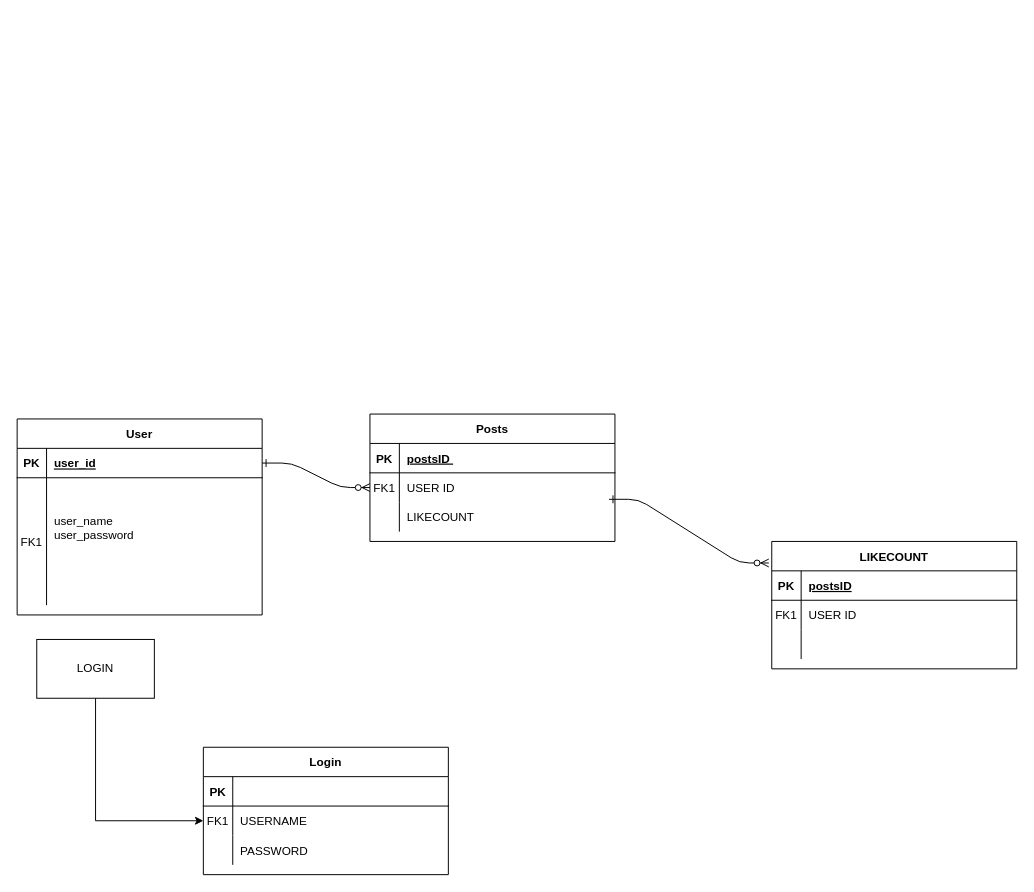
Before: whalenproj.drawio in staten-island-tech/supabase-kukud-syot, a draw.io diagram. Source tidied: cells renumbered, new cells numbered last; positions are measured from the earlier drawing's top-left corner, leaving out a move shared by most shapes. Both pictures are drawn from the tidied source at 98%, with x=0, y=0 at pixel (17, 414).
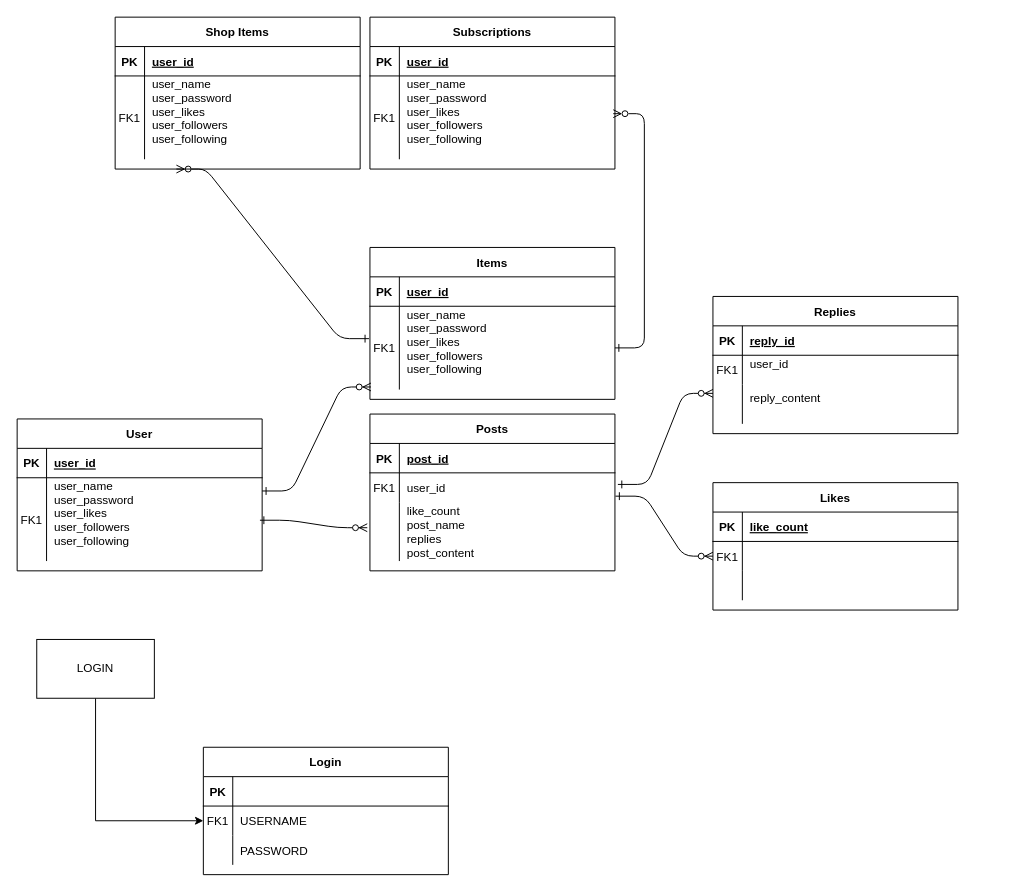
The same page after the edit.

Unchanged cells that the change refers to:
```xml
<mxCell id="5" style="shape=partialRectangle;fillColor=none;top=0;left=0;right=0;bottom=1;" parent="4" vertex="1">
  <mxGeometry y="30" width="250" height="30" as="geometry" />
</mxCell>
<mxCell id="8" style="shape=partialRectangle;fillColor=none;points=[[0,0.5],[1,0.5]];portConstraint=eastwest;top=0;left=0;right=0;bottom=0;" parent="4" vertex="1">
  <mxGeometry y="60" width="250" height="30" as="geometry" />
</mxCell>
<mxCell id="15" style="shape=partialRectangle;fillColor=none;top=0;left=0;right=0;bottom=1;" parent="14" vertex="1">
  <mxGeometry y="30" width="250" height="30" as="geometry" />
</mxCell>
<mxCell id="18" style="shape=partialRectangle;fillColor=none;points=[[0,0.5],[1,0.5]];portConstraint=eastwest;top=0;left=0;right=0;bottom=0;" parent="14" vertex="1">
  <mxGeometry y="60" width="250" height="30" as="geometry" />
</mxCell>
<mxCell id="25" style="shape=partialRectangle;fillColor=none;points=[[0,0.5],[1,0.5]];portConstraint=eastwest;top=0;left=0;right=0;bottom=1;" parent="24" vertex="1">
  <mxGeometry y="30" width="250" height="30" as="geometry" />
</mxCell>
```

Change to the diagram source:
```diff
@@
-    <mxCell id="2" style="edgeStyle=entityRelationEdgeStyle;endArrow=ERzeroToMany;startArrow=ERone;endFill=1;startFill=0;" parent="1" edge="1" source="25" target="8">
+    <mxCell id="2" style="edgeStyle=entityRelationEdgeStyle;endArrow=ERzeroToMany;startArrow=ERone;endFill=1;startFill=0;exitX=0.991;exitY=0.51;exitDx=0;exitDy=0;exitPerimeter=0;entryX=-0.011;entryY=0.433;entryDx=0;entryDy=0;entryPerimeter=0;" parent="1" edge="1" source="28" target="11">
       <mxGeometry relative="1" as="geometry" />
     </mxCell>
-    <mxCell id="3" style="edgeStyle=entityRelationEdgeStyle;endArrow=ERzeroToMany;startArrow=ERone;endFill=1;startFill=0;entryX=-0.012;entryY=0.169;entryDx=0;entryDy=0;entryPerimeter=0;exitX=0.976;exitY=-0.1;exitDx=0;exitDy=0;exitPerimeter=0;" parent="1" edge="1" source="11" target="14">
+    <mxCell id="3" style="edgeStyle=entityRelationEdgeStyle;endArrow=ERzeroToMany;startArrow=ERone;endFill=1;startFill=0;entryX=0;entryY=0.5;entryDx=0;entryDy=0;exitX=1.002;exitY=0.793;exitDx=0;exitDy=0;exitPerimeter=0;" parent="1" edge="1" source="8" target="18">
       <mxGeometry relative="1" as="geometry" />
     </mxCell>
     <mxCell id="4" value="Posts" style="shape=table;startSize=30;childLayout=tableLayout;rowLines=0;fontStyle=1;align=center;" parent="1" vertex="1">
-      <mxGeometry x="360" width="250" height="130" as="geometry" />
+      <mxGeometry x="360" width="250" height="160" as="geometry" />
     </mxCell>
@@
-    <mxCell id="7" value="postsID " style="shape=partialRectangle;overflow=hidden;fillColor=none;top=0;left=0;bottom=0;right=0;align=left;spacingLeft=6;fontStyle=5;" parent="5" vertex="1">
+    <mxCell id="7" value="post_id" style="shape=partialRectangle;overflow=hidden;fillColor=none;top=0;left=0;bottom=0;right=0;align=left;spacingLeft=6;fontStyle=5;" parent="5" vertex="1">
       <mxGeometry x="30" width="220" height="30" as="geometry" />
     </mxCell>
@@
-    <mxCell id="10" value="USER ID" style="shape=partialRectangle;overflow=hidden;fillColor=none;top=0;left=0;bottom=0;right=0;align=left;spacingLeft=6;" parent="8" vertex="1">
+    <mxCell id="10" value="user_id" style="shape=partialRectangle;overflow=hidden;fillColor=none;top=0;left=0;bottom=0;right=0;align=left;spacingLeft=6;" parent="8" vertex="1">
       <mxGeometry x="30" width="220" height="30" as="geometry" />
     </mxCell>
     <mxCell id="11" style="shape=partialRectangle;fillColor=none;points=[[0,0.5],[1,0.5]];portConstraint=eastwest;top=0;left=0;right=0;bottom=0;" parent="4" vertex="1">
-      <mxGeometry y="90" width="250" height="30" as="geometry" />
+      <mxGeometry y="90" width="250" height="60" as="geometry" />
     </mxCell>
     <mxCell id="12" style="shape=partialRectangle;overflow=hidden;fillColor=none;top=0;left=0;bottom=0;right=0;" parent="11" vertex="1">
-      <mxGeometry width="30" height="30" as="geometry" />
+      <mxGeometry width="30" height="60" as="geometry" />
     </mxCell>
-    <mxCell id="13" value="LIKECOUNT" style="shape=partialRectangle;overflow=hidden;fillColor=none;top=0;left=0;bottom=0;right=0;align=left;spacingLeft=6;" parent="11" vertex="1">
-      <mxGeometry x="30" width="220" height="30" as="geometry" />
+    <mxCell id="13" value="like_count&#10;post_name&#10;replies&#10;post_content" style="shape=partialRectangle;overflow=hidden;fillColor=none;top=0;left=0;bottom=0;right=0;align=left;spacingLeft=6;" parent="11" vertex="1">
+      <mxGeometry x="30" width="220" height="60" as="geometry" />
     </mxCell>
-    <mxCell id="14" value="LIKECOUNT" style="shape=table;startSize=30;childLayout=tableLayout;rowLines=0;fontStyle=1;align=center;" parent="1" vertex="1">
-      <mxGeometry x="770" y="130" width="250" height="130" as="geometry" />
+    <mxCell id="14" value="Likes" style="shape=table;startSize=30;childLayout=tableLayout;rowLines=0;fontStyle=1;align=center;" parent="1" vertex="1">
+      <mxGeometry x="710" y="70" width="250" height="130" as="geometry" />
     </mxCell>
@@
-    <mxCell id="17" value="postsID" style="shape=partialRectangle;overflow=hidden;fillColor=none;top=0;left=0;bottom=0;right=0;align=left;spacingLeft=6;fontStyle=5;" parent="15" vertex="1">
+    <mxCell id="17" value="like_count" style="shape=partialRectangle;overflow=hidden;fillColor=none;top=0;left=0;bottom=0;right=0;align=left;spacingLeft=6;fontStyle=5;" parent="15" vertex="1">
       <mxGeometry x="30" width="220" height="30" as="geometry" />
     </mxCell>
@@
-    <mxCell id="20" value="USER ID" style="shape=partialRectangle;overflow=hidden;fillColor=none;top=0;left=0;bottom=0;right=0;align=left;spacingLeft=6;" parent="18" vertex="1">
+    <mxCell id="20" style="shape=partialRectangle;overflow=hidden;fillColor=none;top=0;left=0;bottom=0;right=0;align=left;spacingLeft=6;" parent="18" vertex="1">
       <mxGeometry x="30" width="220" height="30" as="geometry" />
     </mxCell>
@@
     <mxCell id="24" value="User" style="shape=table;startSize=30;childLayout=tableLayout;rowLines=0;fontStyle=1;align=center;" parent="1" vertex="1">
-      <mxGeometry y="5" width="250" height="200" as="geometry" />
+      <mxGeometry y="5" width="250" height="155" as="geometry" />
     </mxCell>
@@
     <mxCell id="28" style="shape=partialRectangle;fillColor=none;points=[[0,0.5],[1,0.5]];portConstraint=eastwest;top=0;left=0;right=0;bottom=0;" parent="24" vertex="1">
-      <mxGeometry y="60" width="250" height="130" as="geometry" />
+      <mxGeometry y="60" width="250" height="85" as="geometry" />
     </mxCell>
     <mxCell id="29" value="FK1" style="shape=partialRectangle;overflow=hidden;fillColor=none;top=0;left=0;bottom=0;right=0;" parent="28" vertex="1">
-      <mxGeometry width="30" height="130" as="geometry" />
+      <mxGeometry width="30" height="85" as="geometry" />
     </mxCell>
-    <mxCell id="30" value="user_name&#10;user_password&#10;&#10;" style="shape=partialRectangle;overflow=hidden;fillColor=none;top=0;left=0;bottom=0;right=0;align=left;spacingLeft=6;" parent="28" vertex="1">
-      <mxGeometry x="30" width="220" height="130" as="geometry" />
+    <mxCell id="30" value="user_name&#10;user_password&#10;user_likes&#10;user_followers&#10;user_following&#10;&#10;&#10;" style="shape=partialRectangle;overflow=hidden;fillColor=none;top=0;left=0;bottom=0;right=0;align=left;spacingLeft=6;" parent="28" vertex="1">
+      <mxGeometry x="30" width="220" height="85" as="geometry" />
     </mxCell>
@@
+    <mxCell id="43" value="Replies" style="shape=table;startSize=30;childLayout=tableLayout;rowLines=0;fontStyle=1;align=center;" parent="1" vertex="1">
+      <mxGeometry x="710" y="-120" width="250" height="140" as="geometry" />
+    </mxCell>
+    <mxCell id="44" style="shape=partialRectangle;fillColor=none;top=0;left=0;right=0;bottom=1;" parent="43" vertex="1">
+      <mxGeometry y="30" width="250" height="30" as="geometry" />
+    </mxCell>
+    <mxCell id="45" value="PK" style="shape=partialRectangle;overflow=hidden;fillColor=none;top=0;left=0;bottom=0;right=0;fontStyle=1;" parent="44" vertex="1">
+      <mxGeometry width="30" height="30" as="geometry" />
+    </mxCell>
+    <mxCell id="46" value="reply_id" style="shape=partialRectangle;overflow=hidden;fillColor=none;top=0;left=0;bottom=0;right=0;align=left;spacingLeft=6;fontStyle=5;" parent="44" vertex="1">
+      <mxGeometry x="30" width="220" height="30" as="geometry" />
+    </mxCell>
+    <mxCell id="47" style="shape=partialRectangle;fillColor=none;top=0;left=0;right=0;bottom=0;" parent="43" vertex="1">
+      <mxGeometry y="60" width="250" height="30" as="geometry" />
+    </mxCell>
+    <mxCell id="48" value="FK1" style="shape=partialRectangle;overflow=hidden;fillColor=none;top=0;left=0;bottom=0;right=0;" parent="47" vertex="1">
+      <mxGeometry width="30" height="30" as="geometry" />
+    </mxCell>
+    <mxCell id="49" value="user_id&#10;" style="shape=partialRectangle;overflow=hidden;fillColor=none;top=0;left=0;bottom=0;right=0;align=left;spacingLeft=6;" parent="47" vertex="1">
+      <mxGeometry x="30" width="220" height="30" as="geometry" />
+    </mxCell>
+    <mxCell id="50" style="shape=partialRectangle;fillColor=none;points=[[0,0.5],[1,0.5]];portConstraint=eastwest;top=0;left=0;right=0;bottom=0;" parent="43" vertex="1">
+      <mxGeometry y="90" width="250" height="40" as="geometry" />
+    </mxCell>
+    <mxCell id="51" style="shape=partialRectangle;overflow=hidden;fillColor=none;top=0;left=0;bottom=0;right=0;" parent="50" vertex="1">
+      <mxGeometry width="30" height="40" as="geometry" />
+    </mxCell>
+    <mxCell id="52" value="reply_content&#10;" style="shape=partialRectangle;overflow=hidden;fillColor=none;top=0;left=0;bottom=0;right=0;align=left;spacingLeft=6;" parent="50" vertex="1">
+      <mxGeometry x="30" width="220" height="40" as="geometry" />
+    </mxCell>
+    <mxCell id="53" style="edgeStyle=entityRelationEdgeStyle;endArrow=ERzeroToMany;startArrow=ERone;endFill=1;startFill=0;entryX=0;entryY=0.222;entryDx=0;entryDy=0;exitX=1.012;exitY=0.394;exitDx=0;exitDy=0;exitPerimeter=0;entryPerimeter=0;" parent="1" edge="1" source="8" target="50">
+      <mxGeometry relative="1" as="geometry" />
+    </mxCell>
+    <mxCell id="54" style="edgeStyle=entityRelationEdgeStyle;endArrow=ERzeroToMany;startArrow=ERone;endFill=1;startFill=0;exitX=0.991;exitY=0.51;exitDx=0;exitDy=0;exitPerimeter=0;entryX=0.004;entryY=0.969;entryDx=0;entryDy=0;entryPerimeter=0;" parent="1" edge="1" target="59">
+      <mxGeometry relative="1" as="geometry">
+        <mxPoint x="250" y="78.5" as="sourcePoint" />
+        <Array as="points">
+          <mxPoint x="290" y="-80" />
+        </Array>
+      </mxGeometry>
+    </mxCell>
+    <mxCell id="55" value="Items" style="shape=table;startSize=30;childLayout=tableLayout;rowLines=0;fontStyle=1;align=center;" parent="1" vertex="1">
+      <mxGeometry x="360" y="-170" width="250" height="155" as="geometry" />
+    </mxCell>
+    <mxCell id="56" style="shape=partialRectangle;fillColor=none;top=0;left=0;right=0;bottom=1;" parent="55" vertex="1">
+      <mxGeometry y="30" width="250" height="30" as="geometry" />
+    </mxCell>
+    <mxCell id="57" value="PK" style="shape=partialRectangle;overflow=hidden;fillColor=none;top=0;left=0;bottom=0;right=0;fontStyle=1;" parent="56" vertex="1">
+      <mxGeometry width="30" height="30" as="geometry" />
+    </mxCell>
+    <mxCell id="58" value="user_id" style="shape=partialRectangle;overflow=hidden;fillColor=none;top=0;left=0;bottom=0;right=0;align=left;spacingLeft=6;fontStyle=5;" parent="56" vertex="1">
+      <mxGeometry x="30" width="220" height="30" as="geometry" />
+    </mxCell>
+    <mxCell id="59" style="shape=partialRectangle;fillColor=none;points=[[0,0.5],[1,0.5]];portConstraint=eastwest;top=0;left=0;right=0;bottom=0;" parent="55" vertex="1">
+      <mxGeometry y="60" width="250" height="85" as="geometry" />
+    </mxCell>
+    <mxCell id="60" value="FK1" style="shape=partialRectangle;overflow=hidden;fillColor=none;top=0;left=0;bottom=0;right=0;" parent="59" vertex="1">
+      <mxGeometry width="30" height="85" as="geometry" />
+    </mxCell>
+    <mxCell id="61" value="user_name&#10;user_password&#10;user_likes&#10;user_followers&#10;user_following&#10;&#10;&#10;" style="shape=partialRectangle;overflow=hidden;fillColor=none;top=0;left=0;bottom=0;right=0;align=left;spacingLeft=6;" parent="59" vertex="1">
+      <mxGeometry x="30" width="220" height="85" as="geometry" />
+    </mxCell>
+    <mxCell id="62" value="Shop Items" style="shape=table;startSize=30;childLayout=tableLayout;rowLines=0;fontStyle=1;align=center;" parent="1" vertex="1">
+      <mxGeometry x="100" y="-405" width="250" height="155" as="geometry" />
+    </mxCell>
+    <mxCell id="63" style="shape=partialRectangle;fillColor=none;top=0;left=0;right=0;bottom=1;" parent="62" vertex="1">
+      <mxGeometry y="30" width="250" height="30" as="geometry" />
+    </mxCell>
+    <mxCell id="64" value="PK" style="shape=partialRectangle;overflow=hidden;fillColor=none;top=0;left=0;bottom=0;right=0;fontStyle=1;" parent="63" vertex="1">
+      <mxGeometry width="30" height="30" as="geometry" />
+    </mxCell>
+    <mxCell id="65" value="user_id" style="shape=partialRectangle;overflow=hidden;fillColor=none;top=0;left=0;bottom=0;right=0;align=left;spacingLeft=6;fontStyle=5;" parent="63" vertex="1">
+      <mxGeometry x="30" width="220" height="30" as="geometry" />
+    </mxCell>
+    <mxCell id="66" style="shape=partialRectangle;fillColor=none;top=0;left=0;right=0;bottom=0;" parent="62" vertex="1">
+      <mxGeometry y="60" width="250" height="85" as="geometry" />
+    </mxCell>
+    <mxCell id="67" value="FK1" style="shape=partialRectangle;overflow=hidden;fillColor=none;top=0;left=0;bottom=0;right=0;" parent="66" vertex="1">
+      <mxGeometry width="30" height="85" as="geometry" />
+    </mxCell>
+    <mxCell id="68" value="user_name&#10;user_password&#10;user_likes&#10;user_followers&#10;user_following&#10;&#10;&#10;" style="shape=partialRectangle;overflow=hidden;fillColor=none;top=0;left=0;bottom=0;right=0;align=left;spacingLeft=6;" parent="66" vertex="1">
+      <mxGeometry x="30" width="220" height="85" as="geometry" />
+    </mxCell>
+    <mxCell id="69" value="Subscriptions" style="shape=table;startSize=30;childLayout=tableLayout;rowLines=0;fontStyle=1;align=center;" parent="1" vertex="1">
+      <mxGeometry x="360" y="-405" width="250" height="155" as="geometry" />
+    </mxCell>
+    <mxCell id="70" style="shape=partialRectangle;fillColor=none;top=0;left=0;right=0;bottom=1;" parent="69" vertex="1">
+      <mxGeometry y="30" width="250" height="30" as="geometry" />
+    </mxCell>
+    <mxCell id="71" value="PK" style="shape=partialRectangle;overflow=hidden;fillColor=none;top=0;left=0;bottom=0;right=0;fontStyle=1;" parent="70" vertex="1">
+      <mxGeometry width="30" height="30" as="geometry" />
+    </mxCell>
+    <mxCell id="72" value="user_id" style="shape=partialRectangle;overflow=hidden;fillColor=none;top=0;left=0;bottom=0;right=0;align=left;spacingLeft=6;fontStyle=5;" parent="70" vertex="1">
+      <mxGeometry x="30" width="220" height="30" as="geometry" />
+    </mxCell>
+    <mxCell id="73" style="shape=partialRectangle;fillColor=none;points=[[0,0.5],[1,0.5]];portConstraint=eastwest;top=0;left=0;right=0;bottom=0;" parent="69" vertex="1">
+      <mxGeometry y="60" width="250" height="85" as="geometry" />
+    </mxCell>
+    <mxCell id="74" value="FK1" style="shape=partialRectangle;overflow=hidden;fillColor=none;top=0;left=0;bottom=0;right=0;" parent="73" vertex="1">
+      <mxGeometry width="30" height="85" as="geometry" />
+    </mxCell>
+    <mxCell id="75" value="user_name&#10;user_password&#10;user_likes&#10;user_followers&#10;user_following&#10;&#10;&#10;" style="shape=partialRectangle;overflow=hidden;fillColor=none;top=0;left=0;bottom=0;right=0;align=left;spacingLeft=6;" parent="73" vertex="1">
+      <mxGeometry x="30" width="220" height="85" as="geometry" />
+    </mxCell>
+    <mxCell id="76" style="edgeStyle=entityRelationEdgeStyle;endArrow=ERzeroToMany;startArrow=ERone;endFill=0;startFill=0;rounded=1;curved=0;entryX=0.993;entryY=0.453;entryDx=0;entryDy=0;entryPerimeter=0;" parent="1" edge="1" source="59" target="73">
+      <mxGeometry relative="1" as="geometry">
+        <Array as="points">
+          <mxPoint x="947.3" y="-171.6" />
+          <mxPoint x="747.3" y="-189.6" />
+          <mxPoint x="737.3" y="-169.6" />
+        </Array>
+      </mxGeometry>
+    </mxCell>
+    <mxCell id="77" style="edgeStyle=entityRelationEdgeStyle;endArrow=ERone;startArrow=ERzeroToMany;endFill=0;startFill=0;entryX=-0.004;entryY=0.389;entryDx=0;entryDy=0;entryPerimeter=0;exitX=0.25;exitY=1;exitDx=0;exitDy=0;" parent="1" edge="1" source="62" target="59">
+      <mxGeometry relative="1" as="geometry">
+        <Array as="points">
+          <mxPoint x="260" y="-192" />
+        </Array>
+      </mxGeometry>
+    </mxCell>
```
